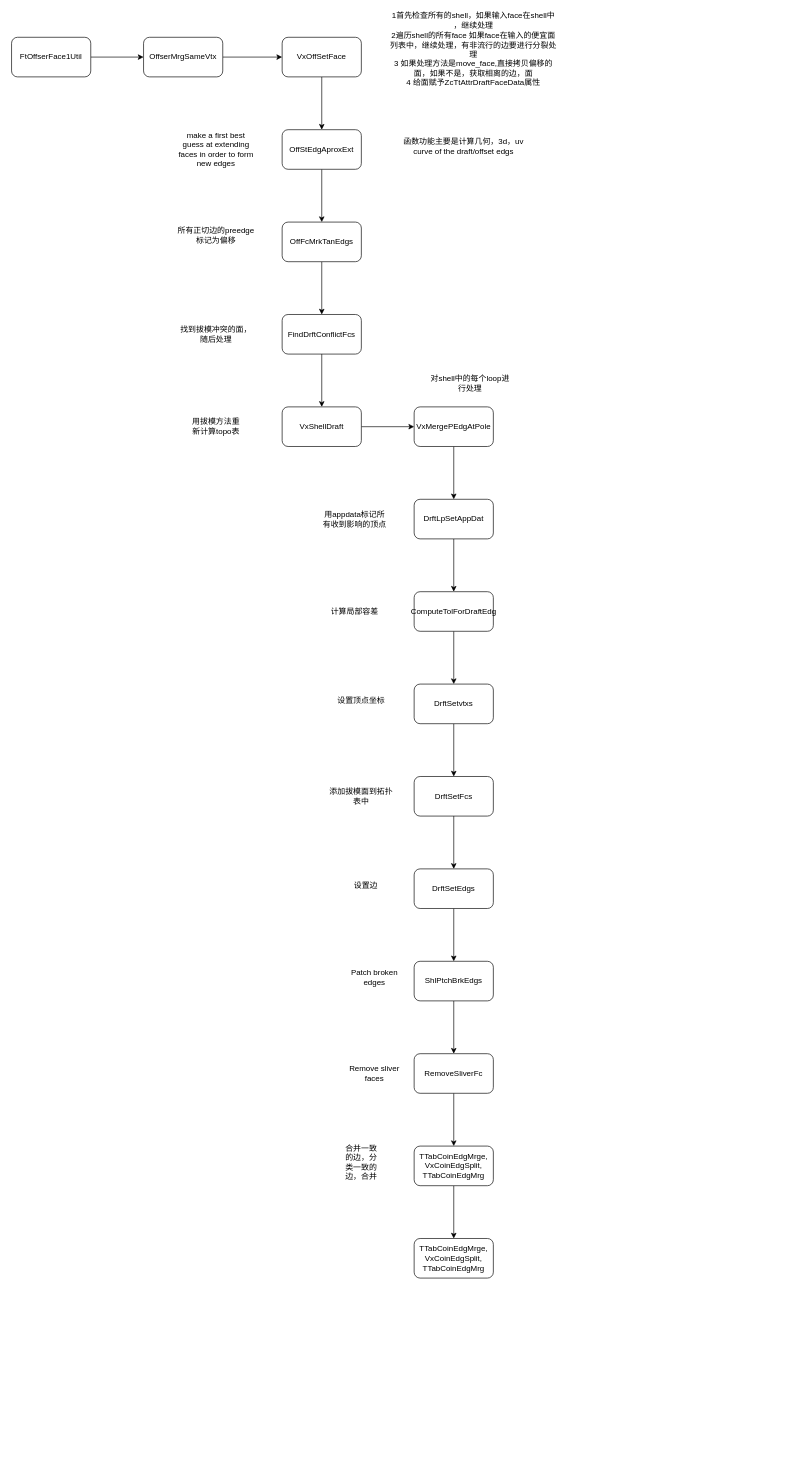
Before: 绘图记录/面偏移.drawio in studyrohan/BSpline_learn, a draw.io diagram. Source tidied: cells renumbered, new cells numbered last; positions are measured from the earlier drawing's top-left corner, leaving out a move shared by most shapes. Both pictures are drawn from the tidied source at 66%, with x=0, y=0 at pixel (11, 37).
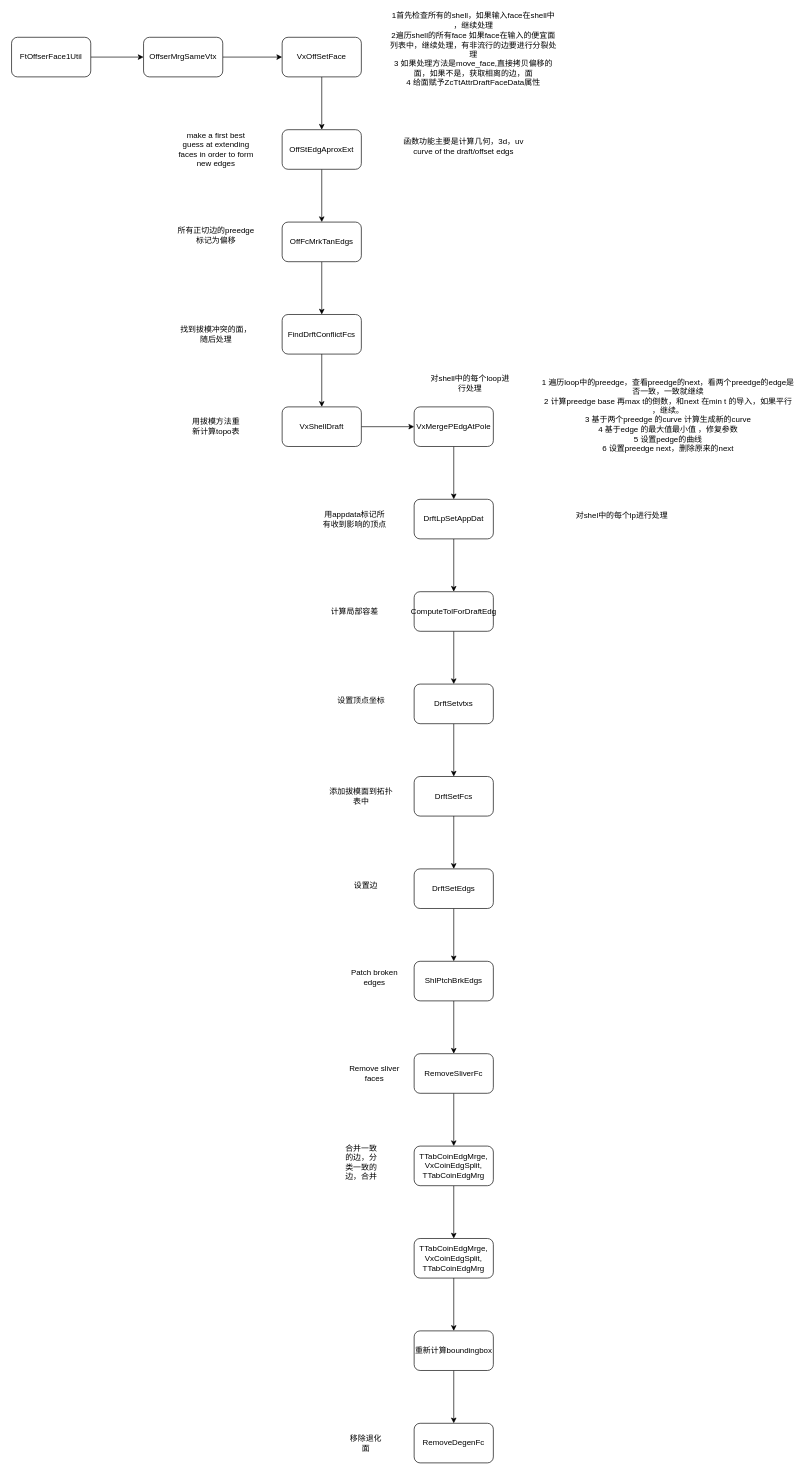
The same diagram, later.

Commit message:
更新面偏移.drawio

Unchanged cells that the change refers to:
```xml
<mxCell id="49" value="TTabCoinEdgMrge,&lt;br&gt;VxCoinEdgSplit,&lt;br&gt;TTabCoinEdgMrg" style="rounded=1;whiteSpace=wrap;html=1;" parent="1" vertex="1">
  <mxGeometry x="610" y="1820" width="120" height="60" as="geometry" />
</mxCell>
```

What changed in the source:
```diff
@@
+    <mxCell id="50" style="edgeStyle=orthogonalEdgeStyle;rounded=0;jettySize=auto;html=1;" parent="1" edge="1" source="49" target="52">
+      <mxGeometry relative="1" as="geometry" />
+    </mxCell>
@@
+    <mxCell id="51" style="edgeStyle=orthogonalEdgeStyle;rounded=0;jettySize=auto;html=1;" parent="1" edge="1" source="52" target="53">
+      <mxGeometry relative="1" as="geometry" />
+    </mxCell>
+    <mxCell id="52" value="重新计算boundingbox" style="whiteSpace=wrap;html=1;rounded=1;" parent="1" vertex="1">
+      <mxGeometry x="610" y="1960" width="120" height="60" as="geometry" />
+    </mxCell>
+    <mxCell id="53" value="RemoveDegenFc" style="whiteSpace=wrap;html=1;rounded=1;" parent="1" vertex="1">
+      <mxGeometry x="610" y="2100" width="120" height="60" as="geometry" />
+    </mxCell>
+    <mxCell id="54" value="移除退化面" style="text;html=1;align=center;verticalAlign=middle;whiteSpace=wrap;rounded=0;" parent="1" vertex="1">
+      <mxGeometry x="507" y="2115" width="60" height="30" as="geometry" />
+    </mxCell>
+    <mxCell id="55" value="1 遍历loop中的preedge，查看preedge的next，看两个preedge的edge是否一致，一致就继续&lt;div&gt;2 计算preedge base 再max t的倒数，和next 在min t 的导入，如果平行 ，继续。&lt;/div&gt;&lt;div&gt;3 基于两个preedge 的curve 计算生成新的curve&lt;/div&gt;&lt;div&gt;4 基于edge 的最大值最小值 ，修复参数&lt;/div&gt;&lt;div&gt;5 设置pedge的曲线&lt;/div&gt;&lt;div&gt;6 设置preedge next，删除原来的next&lt;br&gt;&lt;div&gt;&lt;br&gt;&lt;/div&gt;&lt;/div&gt;" style="text;html=1;align=center;verticalAlign=middle;whiteSpace=wrap;rounded=0;" parent="1" vertex="1">
+      <mxGeometry x="800" y="520" width="390" height="120" as="geometry" />
+    </mxCell>
+    <mxCell id="56" value="对shel中的每个lp进行处理" style="text;html=1;align=center;verticalAlign=middle;whiteSpace=wrap;rounded=0;" parent="1" vertex="1">
+      <mxGeometry x="830" y="710" width="190" height="30" as="geometry" />
+    </mxCell>
```
